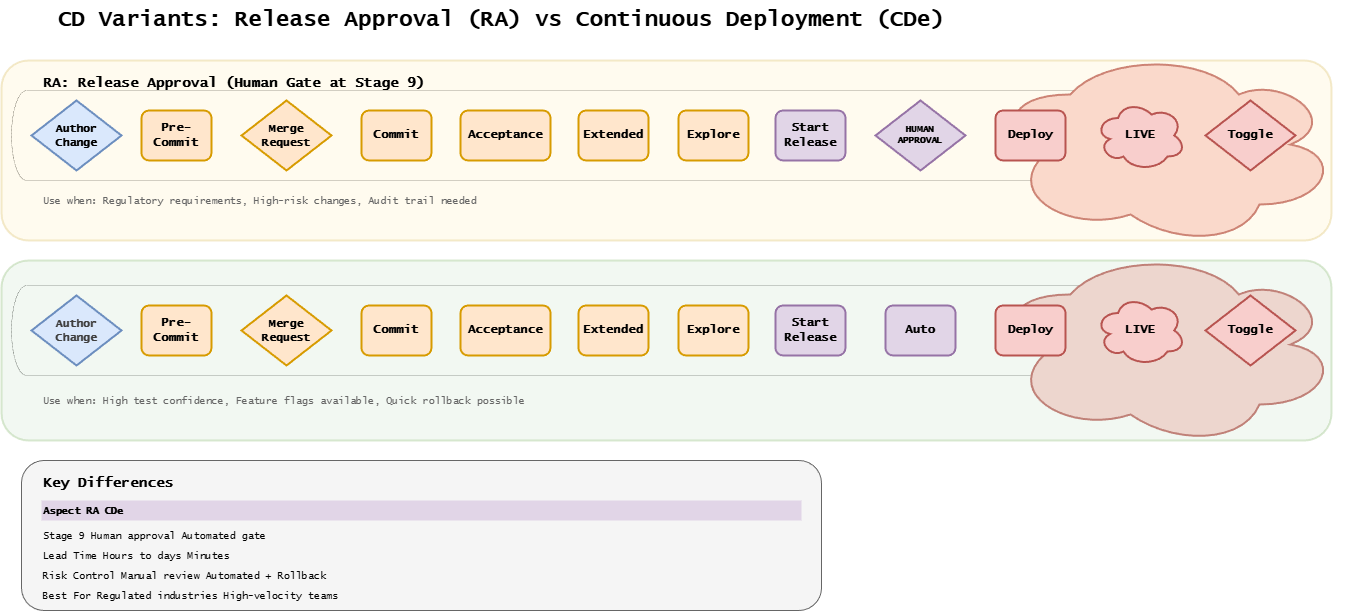
Before: docs/assets/assisted/03-cd-variants-ra-cde.drawio.png, a diagram exported from draw.io (ready-to-release/eac). Source tidied: cells renumbered, new cells last; positions are measured from the earlier drawing's top-left corner, leaving out a move shared by most shapes. Source of this version:
```xml
<mxGraphModel background="#ffffff">
  <root>
    <mxCell id="0" />
    <mxCell id="1" parent="0" />
    <mxCell id="2" style="shape=cylinder3;whiteSpace=wrap;html=1;boundedLbl=1;backgroundOutline=1;size=15;fillColor=none;direction=south;strokeWidth=0.3;" parent="1" vertex="1">
      <mxGeometry x="10" y="285" width="1090" height="90" as="geometry" />
    </mxCell>
    <mxCell id="3" style="shape=cylinder3;whiteSpace=wrap;html=1;boundedLbl=1;backgroundOutline=1;size=15;fillColor=none;direction=south;strokeWidth=0.3;" parent="1" vertex="1">
      <mxGeometry x="10" y="90" width="1090" height="90" as="geometry" />
    </mxCell>
    <mxCell id="4" style="ellipse;shape=cloud;whiteSpace=wrap;html=1;fillColor=#f8cecc;strokeColor=#b85450;strokeWidth=2;fontFamily=Lucida Console;fontStyle=1;fontSize=12;direction=west;" parent="1" vertex="1">
      <mxGeometry x="1000" y="254" width="344" height="200" as="geometry" />
    </mxCell>
    <mxCell id="5" style="ellipse;shape=cloud;whiteSpace=wrap;html=1;fillColor=#f8cecc;strokeColor=#b85450;strokeWidth=2;fontFamily=Lucida Console;fontStyle=1;fontSize=12;direction=west;" parent="1" vertex="1">
      <mxGeometry x="1000" y="54" width="344" height="200" as="geometry" />
    </mxCell>
    <mxCell id="6" value="CD Variants: Release Approval (RA) vs Continuous Deployment (CDe)" style="text;html=1;strokeColor=none;fillColor=none;align=center;verticalAlign=middle;whiteSpace=wrap;rounded=0;fontFamily=Lucida Console;fontStyle=1;fontSize=22;" parent="1" vertex="1">
      <mxGeometry width="1000" height="40" as="geometry" />
    </mxCell>
    <mxCell id="7" style="rounded=1;whiteSpace=wrap;html=1;fillColor=#fff2cc;strokeColor=#d6b656;strokeWidth=2;opacity=30;" parent="1" vertex="1">
      <mxGeometry y="60" width="1330" height="180" as="geometry" />
    </mxCell>
    <mxCell id="8" value="RA: Release Approval (Human Gate at Stage 9)" style="text;html=1;strokeColor=none;fillColor=none;align=left;verticalAlign=middle;whiteSpace=wrap;rounded=0;fontFamily=Lucida Console;fontStyle=1;fontSize=14;" parent="1" vertex="1">
      <mxGeometry x="40" y="70" width="500" height="25" as="geometry" />
    </mxCell>
    <mxCell id="9" value="Commit" style="rounded=1;whiteSpace=wrap;html=1;fillColor=#ffe6cc;strokeColor=#d79b00;strokeWidth=2;fontFamily=Lucida Console;fontStyle=1;" parent="1" vertex="1">
      <mxGeometry x="360" y="110" width="70" height="50" as="geometry" />
    </mxCell>
    <mxCell id="10" value="Acceptance" style="rounded=1;whiteSpace=wrap;html=1;fillColor=#ffe6cc;strokeColor=#d79b00;strokeWidth=2;fontFamily=Lucida Console;fontStyle=1;" parent="1" vertex="1">
      <mxGeometry x="459" y="110" width="90" height="50" as="geometry" />
    </mxCell>
    <mxCell id="11" value="Extended" style="rounded=1;whiteSpace=wrap;html=1;fillColor=#ffe6cc;strokeColor=#d79b00;strokeWidth=2;fontFamily=Lucida Console;fontStyle=1;" parent="1" vertex="1">
      <mxGeometry x="577" y="110" width="70" height="50" as="geometry" />
    </mxCell>
    <mxCell id="12" value="Explore" style="rounded=1;whiteSpace=wrap;html=1;fillColor=#ffe6cc;strokeColor=#d79b00;strokeWidth=2;fontFamily=Lucida Console;fontStyle=1;" parent="1" vertex="1">
      <mxGeometry x="677" y="110" width="70" height="50" as="geometry" />
    </mxCell>
    <mxCell id="13" value="Start&lt;br&gt;Release" style="rounded=1;whiteSpace=wrap;html=1;fillColor=#e1d5e7;strokeColor=#9673a6;strokeWidth=2;fontFamily=Lucida Console;fontStyle=1;" parent="1" vertex="1">
      <mxGeometry x="774" y="110" width="70" height="50" as="geometry" />
    </mxCell>
    <mxCell id="14" value="HUMAN&#10;APPROVAL" style="rhombus;whiteSpace=wrap;html=1;fillColor=#e1d5e7;strokeColor=#9673a6;strokeWidth=2;fontFamily=Lucida Console;fontStyle=1;fontSize=9;" parent="1" vertex="1">
      <mxGeometry x="874" y="100" width="90" height="70" as="geometry" />
    </mxCell>
    <mxCell id="15" value="Deploy" style="rounded=1;whiteSpace=wrap;html=1;fillColor=#f8cecc;strokeColor=#b85450;strokeWidth=2;fontFamily=Lucida Console;fontStyle=1;" parent="1" vertex="1">
      <mxGeometry x="994" y="110" width="70" height="50" as="geometry" />
    </mxCell>
    <mxCell id="16" value="LIVE" style="ellipse;shape=cloud;whiteSpace=wrap;html=1;fillColor=#f8cecc;strokeColor=#b85450;strokeWidth=2;fontFamily=Lucida Console;fontStyle=1;fontSize=12;" parent="1" vertex="1">
      <mxGeometry x="1094" y="100" width="90" height="70" as="geometry" />
    </mxCell>
    <mxCell id="17" value="Use when: Regulatory requirements, High-risk changes, Audit trail needed" style="text;html=1;strokeColor=none;fillColor=none;align=left;verticalAlign=middle;whiteSpace=wrap;rounded=0;fontFamily=Lucida Console;fontSize=10;fontColor=#666666;" parent="1" vertex="1">
      <mxGeometry x="40" y="190" width="600" height="20" as="geometry" />
    </mxCell>
    <mxCell id="18" style="rounded=1;whiteSpace=wrap;html=1;fillColor=#d5e8d4;strokeColor=#82b366;strokeWidth=2;opacity=30;" parent="1" vertex="1">
      <mxGeometry y="260" width="1330" height="180" as="geometry" />
    </mxCell>
    <mxCell id="19" value="Use when: High test confidence, Feature flags available, Quick rollback possible" style="text;html=1;strokeColor=none;fillColor=none;align=left;verticalAlign=middle;whiteSpace=wrap;rounded=0;fontFamily=Lucida Console;fontSize=10;fontColor=#666666;" parent="1" vertex="1">
      <mxGeometry x="40" y="390" width="600" height="20" as="geometry" />
    </mxCell>
    <mxCell id="20" style="rounded=1;whiteSpace=wrap;html=1;fillColor=#f5f5f5;strokeColor=#666666;strokeWidth=1;" parent="1" vertex="1">
      <mxGeometry x="20" y="460" width="800" height="150" as="geometry" />
    </mxCell>
    <mxCell id="21" value="Key Differences" style="text;html=1;strokeColor=none;fillColor=none;align=left;verticalAlign=middle;whiteSpace=wrap;rounded=0;fontFamily=Lucida Console;fontStyle=1;fontSize=14;" parent="1" vertex="1">
      <mxGeometry x="40" y="470" width="200" height="25" as="geometry" />
    </mxCell>
    <mxCell id="22" value="Aspect                  RA                      CDe" style="text;html=1;strokeColor=none;fillColor=#e1d5e7;align=left;verticalAlign=middle;whiteSpace=wrap;rounded=0;fontFamily=Lucida Console;fontStyle=1;fontSize=10;" parent="1" vertex="1">
      <mxGeometry x="40" y="500" width="760" height="20" as="geometry" />
    </mxCell>
    <mxCell id="23" value="Stage 9               Human approval          Automated gate" style="text;html=1;strokeColor=none;fillColor=none;align=left;verticalAlign=middle;whiteSpace=wrap;rounded=0;fontFamily=Lucida Console;fontSize=10;" parent="1" vertex="1">
      <mxGeometry x="40" y="525" width="760" height="20" as="geometry" />
    </mxCell>
    <mxCell id="24" value="Lead Time             Hours to days           Minutes" style="text;html=1;strokeColor=none;fillColor=none;align=left;verticalAlign=middle;whiteSpace=wrap;rounded=0;fontFamily=Lucida Console;fontSize=10;" parent="1" vertex="1">
      <mxGeometry x="40" y="545" width="760" height="20" as="geometry" />
    </mxCell>
    <mxCell id="25" value="Risk Control           Manual review           Automated + Rollback" style="text;html=1;strokeColor=none;fillColor=none;align=left;verticalAlign=middle;whiteSpace=wrap;rounded=0;fontFamily=Lucida Console;fontSize=10;" parent="1" vertex="1">
      <mxGeometry x="40" y="565" width="760" height="20" as="geometry" />
    </mxCell>
    <mxCell id="26" value="Best For               Regulated industries    High-velocity teams" style="text;html=1;strokeColor=none;fillColor=none;align=left;verticalAlign=middle;whiteSpace=wrap;rounded=0;fontFamily=Lucida Console;fontSize=10;" parent="1" vertex="1">
      <mxGeometry x="40" y="585" width="760" height="20" as="geometry" />
    </mxCell>
    <mxCell id="27" value="&lt;font style=&quot;font-size: 12px;&quot;&gt;Toggle&lt;/font&gt;" style="rhombus;whiteSpace=wrap;html=1;fillColor=#f8cecc;strokeColor=#b85450;strokeWidth=2;fontFamily=Lucida Console;fontStyle=1;fontSize=9;" parent="1" vertex="1">
      <mxGeometry x="1204" y="100" width="90" height="70" as="geometry" />
    </mxCell>
    <mxCell id="28" value="&lt;font style=&quot;font-size: 11px;&quot;&gt;Merge&lt;br&gt;Request&lt;/font&gt;" style="rhombus;whiteSpace=wrap;html=1;fillColor=#ffe6cc;strokeColor=#d79b00;strokeWidth=2;fontFamily=Lucida Console;fontStyle=1;fontSize=9;" parent="1" vertex="1">
      <mxGeometry x="240" y="100" width="90" height="70" as="geometry" />
    </mxCell>
    <mxCell id="29" value="Pre-Commit" style="rounded=1;whiteSpace=wrap;html=1;fillColor=#ffe6cc;strokeColor=#d79b00;strokeWidth=2;fontFamily=Lucida Console;fontStyle=1;" parent="1" vertex="1">
      <mxGeometry x="140" y="110" width="70" height="50" as="geometry" />
    </mxCell>
    <mxCell id="30" value="Commit" style="rounded=1;whiteSpace=wrap;html=1;fillColor=#ffe6cc;strokeColor=#d79b00;strokeWidth=2;fontFamily=Lucida Console;fontStyle=1;" parent="1" vertex="1">
      <mxGeometry x="360" y="305" width="70" height="50" as="geometry" />
    </mxCell>
    <mxCell id="31" value="Acceptance" style="rounded=1;whiteSpace=wrap;html=1;fillColor=#ffe6cc;strokeColor=#d79b00;strokeWidth=2;fontFamily=Lucida Console;fontStyle=1;" parent="1" vertex="1">
      <mxGeometry x="459" y="305" width="90" height="50" as="geometry" />
    </mxCell>
    <mxCell id="32" value="Extended" style="rounded=1;whiteSpace=wrap;html=1;fillColor=#ffe6cc;strokeColor=#d79b00;strokeWidth=2;fontFamily=Lucida Console;fontStyle=1;" parent="1" vertex="1">
      <mxGeometry x="577" y="305" width="70" height="50" as="geometry" />
    </mxCell>
    <mxCell id="33" value="Explore" style="rounded=1;whiteSpace=wrap;html=1;fillColor=#ffe6cc;strokeColor=#d79b00;strokeWidth=2;fontFamily=Lucida Console;fontStyle=1;" parent="1" vertex="1">
      <mxGeometry x="677" y="305" width="70" height="50" as="geometry" />
    </mxCell>
    <mxCell id="34" value="Start&lt;br&gt;Release" style="rounded=1;whiteSpace=wrap;html=1;fillColor=#e1d5e7;strokeColor=#9673a6;strokeWidth=2;fontFamily=Lucida Console;fontStyle=1;" parent="1" vertex="1">
      <mxGeometry x="774" y="305" width="70" height="50" as="geometry" />
    </mxCell>
    <mxCell id="35" value="Deploy" style="rounded=1;whiteSpace=wrap;html=1;fillColor=#f8cecc;strokeColor=#b85450;strokeWidth=2;fontFamily=Lucida Console;fontStyle=1;" parent="1" vertex="1">
      <mxGeometry x="994" y="305" width="70" height="50" as="geometry" />
    </mxCell>
    <mxCell id="36" value="LIVE" style="ellipse;shape=cloud;whiteSpace=wrap;html=1;fillColor=#f8cecc;strokeColor=#b85450;strokeWidth=2;fontFamily=Lucida Console;fontStyle=1;fontSize=12;" parent="1" vertex="1">
      <mxGeometry x="1094" y="295" width="90" height="70" as="geometry" />
    </mxCell>
    <mxCell id="37" value="&lt;font style=&quot;font-size: 12px;&quot;&gt;Toggle&lt;/font&gt;" style="rhombus;whiteSpace=wrap;html=1;fillColor=#f8cecc;strokeColor=#b85450;strokeWidth=2;fontFamily=Lucida Console;fontStyle=1;fontSize=9;" parent="1" vertex="1">
      <mxGeometry x="1204" y="295" width="90" height="70" as="geometry" />
    </mxCell>
    <mxCell id="38" value="&lt;font style=&quot;font-size: 11px;&quot;&gt;Merge&lt;br&gt;Request&lt;/font&gt;" style="rhombus;whiteSpace=wrap;html=1;fillColor=#ffe6cc;strokeColor=#d79b00;strokeWidth=2;fontFamily=Lucida Console;fontStyle=1;fontSize=9;" parent="1" vertex="1">
      <mxGeometry x="240" y="295" width="90" height="70" as="geometry" />
    </mxCell>
    <mxCell id="39" value="Pre-Commit" style="rounded=1;whiteSpace=wrap;html=1;fillColor=#ffe6cc;strokeColor=#d79b00;strokeWidth=2;fontFamily=Lucida Console;fontStyle=1;" parent="1" vertex="1">
      <mxGeometry x="140" y="305" width="70" height="50" as="geometry" />
    </mxCell>
    <mxCell id="40" value="Auto" style="rounded=1;whiteSpace=wrap;html=1;fillColor=#e1d5e7;strokeColor=#9673a6;strokeWidth=2;fontFamily=Lucida Console;fontStyle=1;" parent="1" vertex="1">
      <mxGeometry x="884" y="305" width="70" height="50" as="geometry" />
    </mxCell>
    <mxCell id="41" value="&lt;span style=&quot;font-size: 11px;&quot;&gt;Author&lt;br&gt;Change&lt;/span&gt;" style="rhombus;whiteSpace=wrap;html=1;fillColor=#dae8fc;strokeColor=#6c8ebf;strokeWidth=2;fontFamily=Lucida Console;fontStyle=1;fontSize=9;" parent="1" vertex="1">
      <mxGeometry x="30" y="100" width="90" height="70" as="geometry" />
    </mxCell>
    <mxCell id="42" value="&lt;span style=&quot;color: rgb(63, 63, 63); font-size: 11px;&quot;&gt;Author&lt;/span&gt;&lt;br style=&quot;color: rgb(63, 63, 63); scrollbar-color: rgb(226, 226, 226) rgb(251, 251, 251); font-size: 11px;&quot;&gt;&lt;span style=&quot;color: rgb(63, 63, 63); font-size: 11px;&quot;&gt;Change&lt;/span&gt;" style="rhombus;whiteSpace=wrap;html=1;fillColor=#dae8fc;strokeColor=#6c8ebf;strokeWidth=2;fontFamily=Lucida Console;fontStyle=1;fontSize=9;" parent="1" vertex="1">
      <mxGeometry x="30" y="295" width="90" height="70" as="geometry" />
    </mxCell>
  </root>
</mxGraphModel>
```
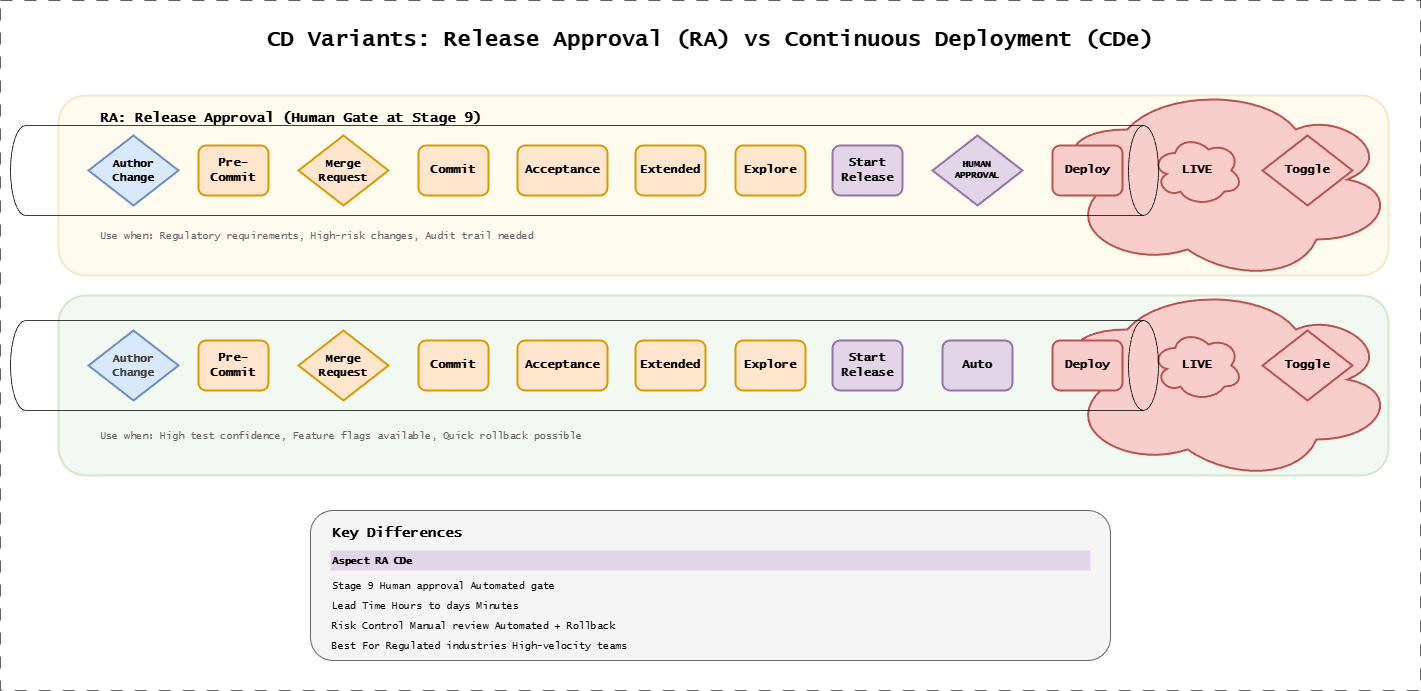
After the change.

Diff of the diagram source:
```diff
@@ -2,12 +2,12 @@
   <root>
     <mxCell id="0" />
     <mxCell id="1" parent="0" />
-    <mxCell id="2" style="shape=cylinder3;whiteSpace=wrap;html=1;boundedLbl=1;backgroundOutline=1;size=15;fillColor=none;direction=south;strokeWidth=0.3;" parent="1" vertex="1">
-      <mxGeometry x="10" y="285" width="1090" height="90" as="geometry" />
-    </mxCell>
-    <mxCell id="3" style="shape=cylinder3;whiteSpace=wrap;html=1;boundedLbl=1;backgroundOutline=1;size=15;fillColor=none;direction=south;strokeWidth=0.3;" parent="1" vertex="1">
-      <mxGeometry x="10" y="90" width="1090" height="90" as="geometry" />
-    </mxCell>
+    <mxCell id="18" style="rounded=1;whiteSpace=wrap;html=1;fillColor=#d5e8d4;strokeColor=#82b366;strokeWidth=2;opacity=30;" parent="1" vertex="1">
+      <mxGeometry y="260" width="1330" height="180" as="geometry" />
+    </mxCell>
+    <mxCell id="7" style="rounded=1;whiteSpace=wrap;html=1;fillColor=#fff2cc;strokeColor=#d6b656;strokeWidth=2;opacity=30;" parent="1" vertex="1">
+      <mxGeometry y="60" width="1330" height="180" as="geometry" />
+    </mxCell>
     <mxCell id="4" style="ellipse;shape=cloud;whiteSpace=wrap;html=1;fillColor=#f8cecc;strokeColor=#b85450;strokeWidth=2;fontFamily=Lucida Console;fontStyle=1;fontSize=12;direction=west;" parent="1" vertex="1">
       <mxGeometry x="1000" y="254" width="344" height="200" as="geometry" />
     </mxCell>
@@ -15,11 +15,8 @@
       <mxGeometry x="1000" y="54" width="344" height="200" as="geometry" />
     </mxCell>
     <mxCell id="6" value="CD Variants: Release Approval (RA) vs Continuous Deployment (CDe)" style="text;html=1;strokeColor=none;fillColor=none;align=center;verticalAlign=middle;whiteSpace=wrap;rounded=0;fontFamily=Lucida Console;fontStyle=1;fontSize=22;" parent="1" vertex="1">
-      <mxGeometry width="1000" height="40" as="geometry" />
+      <mxGeometry x="152" y="-15" width="1000" height="40" as="geometry" />
     </mxCell>
-    <mxCell id="7" style="rounded=1;whiteSpace=wrap;html=1;fillColor=#fff2cc;strokeColor=#d6b656;strokeWidth=2;opacity=30;" parent="1" vertex="1">
-      <mxGeometry y="60" width="1330" height="180" as="geometry" />
-    </mxCell>
     <mxCell id="8" value="RA: Release Approval (Human Gate at Stage 9)" style="text;html=1;strokeColor=none;fillColor=none;align=left;verticalAlign=middle;whiteSpace=wrap;rounded=0;fontFamily=Lucida Console;fontStyle=1;fontSize=14;" parent="1" vertex="1">
       <mxGeometry x="40" y="70" width="500" height="25" as="geometry" />
     </mxCell>
@@ -50,32 +47,29 @@
     <mxCell id="17" value="Use when: Regulatory requirements, High-risk changes, Audit trail needed" style="text;html=1;strokeColor=none;fillColor=none;align=left;verticalAlign=middle;whiteSpace=wrap;rounded=0;fontFamily=Lucida Console;fontSize=10;fontColor=#666666;" parent="1" vertex="1">
       <mxGeometry x="40" y="190" width="600" height="20" as="geometry" />
     </mxCell>
-    <mxCell id="18" style="rounded=1;whiteSpace=wrap;html=1;fillColor=#d5e8d4;strokeColor=#82b366;strokeWidth=2;opacity=30;" parent="1" vertex="1">
-      <mxGeometry y="260" width="1330" height="180" as="geometry" />
-    </mxCell>
     <mxCell id="19" value="Use when: High test confidence, Feature flags available, Quick rollback possible" style="text;html=1;strokeColor=none;fillColor=none;align=left;verticalAlign=middle;whiteSpace=wrap;rounded=0;fontFamily=Lucida Console;fontSize=10;fontColor=#666666;" parent="1" vertex="1">
       <mxGeometry x="40" y="390" width="600" height="20" as="geometry" />
     </mxCell>
     <mxCell id="20" style="rounded=1;whiteSpace=wrap;html=1;fillColor=#f5f5f5;strokeColor=#666666;strokeWidth=1;" parent="1" vertex="1">
-      <mxGeometry x="20" y="460" width="800" height="150" as="geometry" />
+      <mxGeometry x="252" y="475" width="800" height="150" as="geometry" />
     </mxCell>
     <mxCell id="21" value="Key Differences" style="text;html=1;strokeColor=none;fillColor=none;align=left;verticalAlign=middle;whiteSpace=wrap;rounded=0;fontFamily=Lucida Console;fontStyle=1;fontSize=14;" parent="1" vertex="1">
-      <mxGeometry x="40" y="470" width="200" height="25" as="geometry" />
+      <mxGeometry x="272" y="485" width="200" height="25" as="geometry" />
     </mxCell>
     <mxCell id="22" value="Aspect                  RA                      CDe" style="text;html=1;strokeColor=none;fillColor=#e1d5e7;align=left;verticalAlign=middle;whiteSpace=wrap;rounded=0;fontFamily=Lucida Console;fontStyle=1;fontSize=10;" parent="1" vertex="1">
-      <mxGeometry x="40" y="500" width="760" height="20" as="geometry" />
+      <mxGeometry x="272" y="515" width="760" height="20" as="geometry" />
     </mxCell>
     <mxCell id="23" value="Stage 9               Human approval          Automated gate" style="text;html=1;strokeColor=none;fillColor=none;align=left;verticalAlign=middle;whiteSpace=wrap;rounded=0;fontFamily=Lucida Console;fontSize=10;" parent="1" vertex="1">
-      <mxGeometry x="40" y="525" width="760" height="20" as="geometry" />
+      <mxGeometry x="272" y="540" width="760" height="20" as="geometry" />
     </mxCell>
     <mxCell id="24" value="Lead Time             Hours to days           Minutes" style="text;html=1;strokeColor=none;fillColor=none;align=left;verticalAlign=middle;whiteSpace=wrap;rounded=0;fontFamily=Lucida Console;fontSize=10;" parent="1" vertex="1">
-      <mxGeometry x="40" y="545" width="760" height="20" as="geometry" />
+      <mxGeometry x="272" y="560" width="760" height="20" as="geometry" />
     </mxCell>
     <mxCell id="25" value="Risk Control           Manual review           Automated + Rollback" style="text;html=1;strokeColor=none;fillColor=none;align=left;verticalAlign=middle;whiteSpace=wrap;rounded=0;fontFamily=Lucida Console;fontSize=10;" parent="1" vertex="1">
-      <mxGeometry x="40" y="565" width="760" height="20" as="geometry" />
+      <mxGeometry x="272" y="580" width="760" height="20" as="geometry" />
     </mxCell>
     <mxCell id="26" value="Best For               Regulated industries    High-velocity teams" style="text;html=1;strokeColor=none;fillColor=none;align=left;verticalAlign=middle;whiteSpace=wrap;rounded=0;fontFamily=Lucida Console;fontSize=10;" parent="1" vertex="1">
-      <mxGeometry x="40" y="585" width="760" height="20" as="geometry" />
+      <mxGeometry x="272" y="600" width="760" height="20" as="geometry" />
     </mxCell>
     <mxCell id="27" value="&lt;font style=&quot;font-size: 12px;&quot;&gt;Toggle&lt;/font&gt;" style="rhombus;whiteSpace=wrap;html=1;fillColor=#f8cecc;strokeColor=#b85450;strokeWidth=2;fontFamily=Lucida Console;fontStyle=1;fontSize=9;" parent="1" vertex="1">
       <mxGeometry x="1204" y="100" width="90" height="70" as="geometry" />
@@ -125,5 +119,14 @@
     <mxCell id="42" value="&lt;span style=&quot;color: rgb(63, 63, 63); font-size: 11px;&quot;&gt;Author&lt;/span&gt;&lt;br style=&quot;color: rgb(63, 63, 63); scrollbar-color: rgb(226, 226, 226) rgb(251, 251, 251); font-size: 11px;&quot;&gt;&lt;span style=&quot;color: rgb(63, 63, 63); font-size: 11px;&quot;&gt;Change&lt;/span&gt;" style="rhombus;whiteSpace=wrap;html=1;fillColor=#dae8fc;strokeColor=#6c8ebf;strokeWidth=2;fontFamily=Lucida Console;fontStyle=1;fontSize=9;" parent="1" vertex="1">
       <mxGeometry x="30" y="295" width="90" height="70" as="geometry" />
     </mxCell>
+    <mxCell id="43" style="group;strokeColor=#616161;dashed=1;dashPattern=12 12;fontFamily=Lucida Console;fontSize=19;fontStyle=1;" parent="1" vertex="1">
+      <mxGeometry x="-58" y="-35" width="1420" height="690" as="geometry" />
+    </mxCell>
+    <mxCell id="3" style="shape=cylinder3;whiteSpace=wrap;html=1;boundedLbl=1;backgroundOutline=1;size=15;fillColor=none;direction=south;strokeWidth=0.8;" parent="1" vertex="1">
+      <mxGeometry x="-48" y="90" width="1148" height="90" as="geometry" />
+    </mxCell>
+    <mxCell id="2" style="shape=cylinder3;whiteSpace=wrap;html=1;boundedLbl=1;backgroundOutline=1;size=15;fillColor=none;direction=south;strokeWidth=0.8;" parent="1" vertex="1">
+      <mxGeometry x="-48" y="285" width="1148" height="90" as="geometry" />
+    </mxCell>
   </root>
 </mxGraphModel>
```
